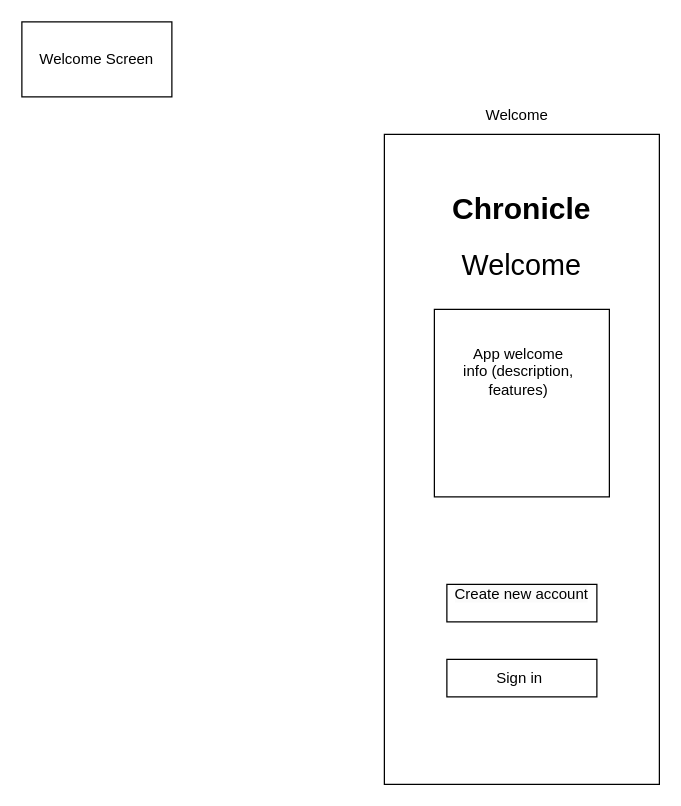
This is page "WelcomeScreen" (2 of 15) of Chronicle_Initial_App_Wireframe_Designs.drawio from Vaibhav-G-Parmar/Chronicle-Your-Ultimate-Travel-Companion, a draw.io file, before an edit. Source tidied: cells renumbered, new cells numbered last; positions are measured from the earlier drawing's top-left corner, leaving out a move shared by most shapes. Both pictures are drawn from the tidied source at 125%, with x=0, y=0 at pixel (21, 21).
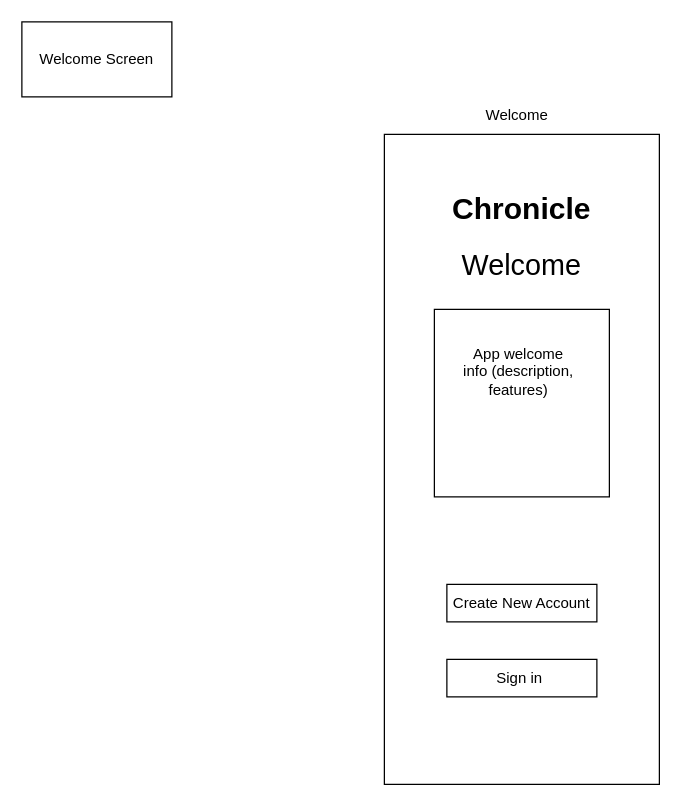
The same diagram, later.

What changed in the source:
```diff
@@
 <mxGraphModel>
   <root>
     <mxCell id="0" />
     <mxCell id="1" parent="0" />
     <mxCell id="2" style="endArrow=none;html=1;rounded=0;" parent="1" edge="1">
       <mxGeometry relative="1" as="geometry">
         <mxPoint x="490" y="130" as="sourcePoint" />
         <mxPoint x="490" y="130" as="targetPoint" />
       </mxGeometry>
     </mxCell>
     <mxCell id="3" style="rounded=0;whiteSpace=wrap;html=1;" parent="1" vertex="1">
       <mxGeometry x="290" y="90" width="220" height="520" as="geometry" />
     </mxCell>
     <mxCell id="4" value="&lt;font style=&quot;font-size: 23px;&quot;&gt;Welcome&lt;/font&gt;" style="text;html=1;strokeColor=none;fillColor=none;align=center;verticalAlign=middle;whiteSpace=wrap;rounded=0;" parent="1" vertex="1">
       <mxGeometry x="355" y="180" width="90" height="30" as="geometry" />
     </mxCell>
     <mxCell id="5" style="rounded=0;whiteSpace=wrap;html=1;" parent="1" vertex="1">
       <mxGeometry x="330" y="230" width="140" height="150" as="geometry" />
     </mxCell>
     <mxCell id="6" value="App welcome info (description, features)" style="text;html=1;strokeColor=none;fillColor=none;align=center;verticalAlign=middle;whiteSpace=wrap;rounded=0;" parent="1" vertex="1">
       <mxGeometry x="350" y="255.5" width="95" height="49" as="geometry" />
     </mxCell>
     <mxCell id="7" value="Sign in&amp;nbsp;" style="rounded=0;whiteSpace=wrap;html=1;" parent="1" vertex="1">
       <mxGeometry x="340" y="510" width="120" height="30" as="geometry" />
     </mxCell>
-    <mxCell id="8" value="&#10;&lt;span style=&quot;color: rgb(0, 0, 0); font-family: Helvetica; font-size: 12px; font-style: normal; font-variant-ligatures: normal; font-variant-caps: normal; font-weight: 400; letter-spacing: normal; orphans: 2; text-indent: 0px; text-transform: none; widows: 2; word-spacing: 0px; -webkit-text-stroke-width: 0px; background-color: rgb(251, 251, 251); text-decoration-thickness: initial; text-decoration-style: initial; text-decoration-color: initial; float: none; display: inline !important;&quot;&gt;Create new account&lt;/span&gt;&#10;&#10;" style="rounded=0;whiteSpace=wrap;html=1;align=center;verticalAlign=middle;" parent="1" vertex="1">
+    <mxCell id="8" value="&lt;div style=&quot;&quot;&gt;Create New Account&lt;/div&gt;" style="rounded=0;whiteSpace=wrap;html=1;align=center;verticalAlign=middle;" parent="1" vertex="1">
       <mxGeometry x="340" y="450" width="120" height="30" as="geometry" />
     </mxCell>
     <mxCell id="9" value="Welcome&amp;nbsp;" style="text;html=1;strokeColor=none;fillColor=none;align=center;verticalAlign=middle;whiteSpace=wrap;rounded=0;" parent="1" vertex="1">
       <mxGeometry x="367.5" y="60" width="60" height="30" as="geometry" />
     </mxCell>
     <mxCell id="10" value="Welcome Screen" style="rounded=0;whiteSpace=wrap;html=1;" parent="1" vertex="1">
       <mxGeometry width="120" height="60" as="geometry" />
     </mxCell>
     <mxCell id="11" value="&lt;h1&gt;Chronicle&lt;/h1&gt;&lt;p&gt;&lt;br&gt;&lt;/p&gt;" style="text;html=1;strokeColor=none;fillColor=none;spacing=5;spacingTop=-20;whiteSpace=wrap;overflow=hidden;rounded=0;align=center;" parent="1" vertex="1">
       <mxGeometry x="335" y="130" width="130" height="40" as="geometry" />
     </mxCell>
   </root>
 </mxGraphModel>
```
